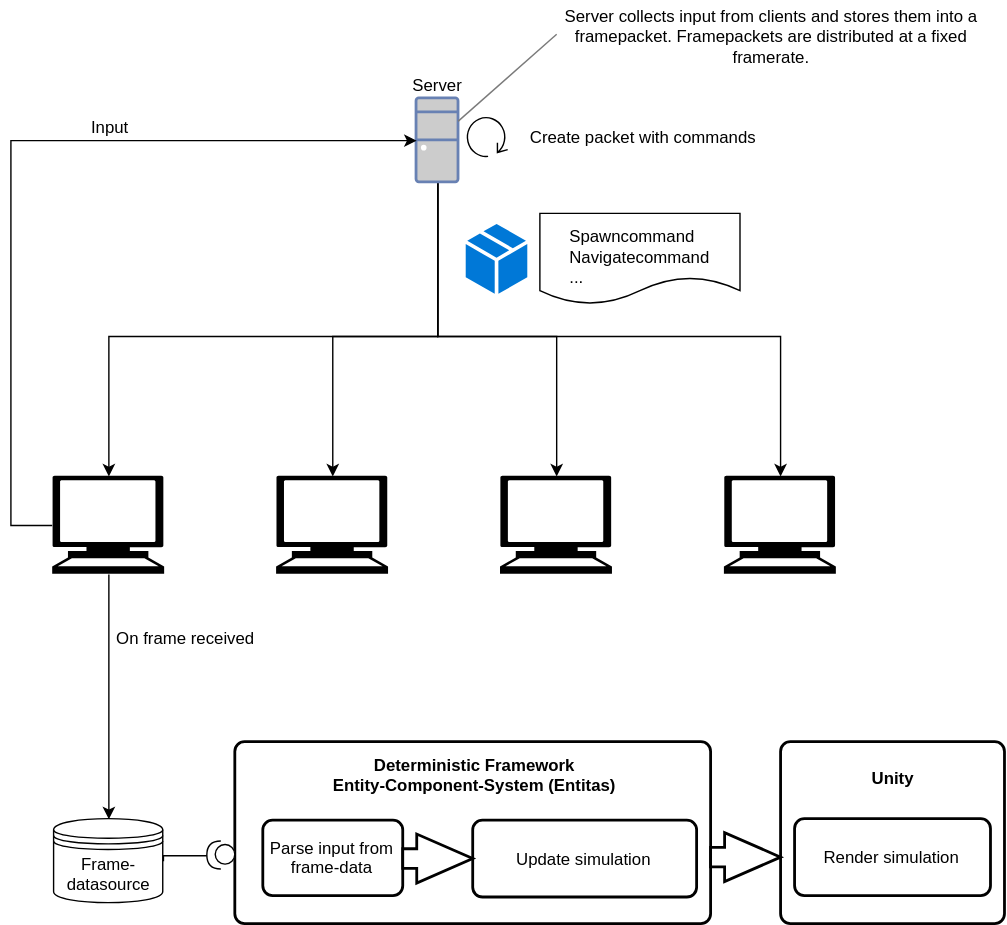
Above: Docs/Overview.svg in proepkes/UnityLockstep (draw.io), before the change. Source tidied: cells renumbered, new cells last; positions are measured from the earlier drawing's top-left corner, leaving out a move shared by most shapes.
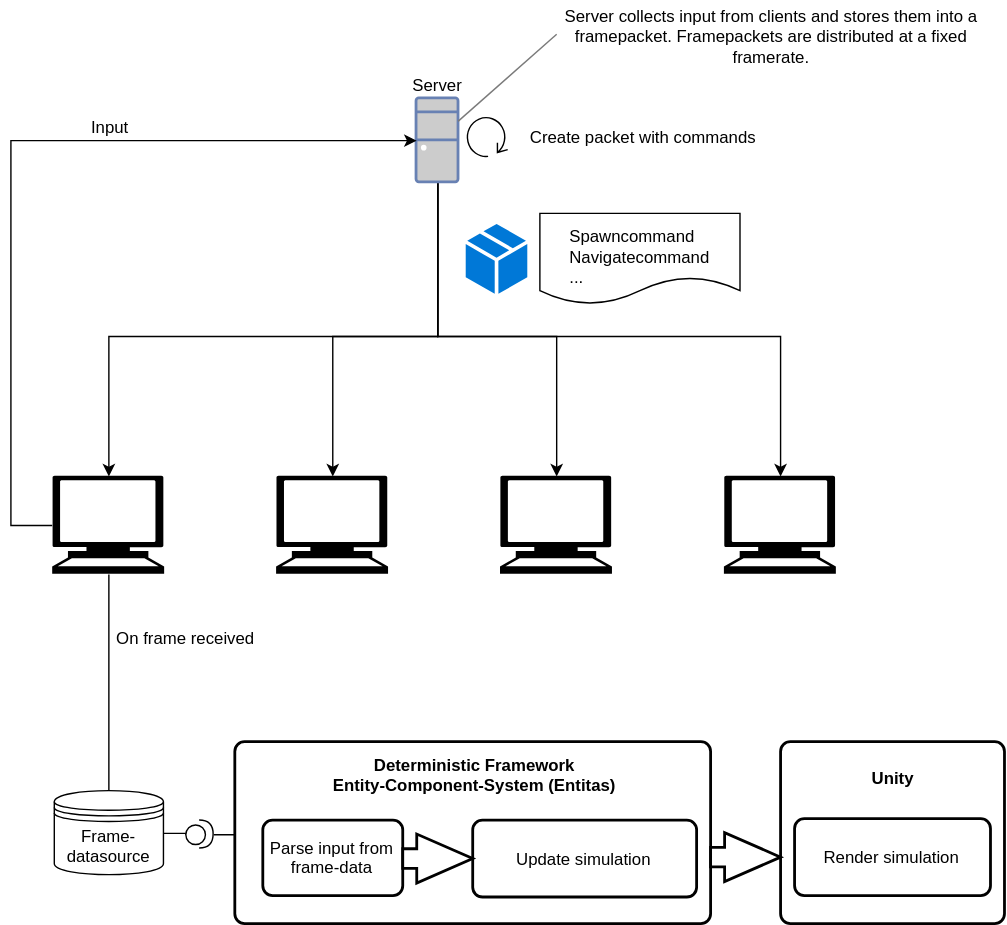
Above is the later version.

What changed in the source:
```diff
@@ -109,12 +109,6 @@
         </Array>
       </mxGeometry>
     </mxCell>
-    <mxCell id="28" style="edgeStyle=orthogonalEdgeStyle;rounded=0;html=1;exitX=1;exitY=0.5;exitDx=0;exitDy=0;exitPerimeter=0;entryX=1;entryY=0.5;entryDx=0;entryDy=0;endArrow=none;endFill=0;jettySize=auto;" parent="1" edge="1" source="29" target="33">
-      <mxGeometry relative="1" as="geometry" />
-    </mxCell>
-    <mxCell id="29" style="shape=providedRequiredInterface;html=1;verticalLabelPosition=bottom;rotation=180;" parent="1" vertex="1">
-      <mxGeometry x="140" y="600.5" width="20" height="20" as="geometry" />
-    </mxCell>
     <mxCell id="30" style="endArrow=none;html=1;strokeColor=#7A7A7A;" parent="1" edge="1" source="6">
       <mxGeometry relative="1" as="geometry">
         <mxPoint x="390" y="24" as="targetPoint" />
@@ -126,8 +120,17 @@
     <mxCell id="32" style="shadow=0;dashed=0;html=1;strokeColor=none;labelPosition=center;verticalLabelPosition=bottom;verticalAlign=top;align=center;shape=mxgraph.mscae.cloud.service_package;fillColor=#0078D7;" parent="1" vertex="1">
       <mxGeometry x="325" y="159.5" width="44" height="50" as="geometry" />
     </mxCell>
+    <mxCell id="34" style="edgeStyle=orthogonalEdgeStyle;rounded=0;html=1;exitX=1;exitY=0.5;exitDx=0;exitDy=0;entryX=0;entryY=0.5;entryDx=0;entryDy=0;entryPerimeter=0;endArrow=none;endFill=0;jettySize=auto;" parent="1" edge="1" source="33" target="36">
+      <mxGeometry relative="1" as="geometry" />
+    </mxCell>
     <mxCell id="33" value="Frame-&lt;br&gt;datasource&lt;br&gt;" style="shape=datastore;whiteSpace=wrap;html=1;" parent="1" vertex="1">
-      <mxGeometry x="30.5" y="584.5" width="78" height="60" as="geometry" />
+      <mxGeometry x="31" y="564.5" width="78" height="60" as="geometry" />
     </mxCell>
+    <mxCell id="35" style="edgeStyle=orthogonalEdgeStyle;rounded=0;html=1;entryX=0;entryY=0.5;entryDx=0;entryDy=0;endArrow=none;endFill=0;jettySize=auto;exitX=1;exitY=0.5;exitDx=0;exitDy=0;exitPerimeter=0;" parent="1" edge="1" source="36" target="16">
+      <mxGeometry relative="1" as="geometry" />
+    </mxCell>
+    <mxCell id="36" style="shape=providedRequiredInterface;html=1;verticalLabelPosition=bottom;" parent="1" vertex="1">
+      <mxGeometry x="124.5" y="585.5" width="20" height="20" as="geometry" />
+    </mxCell>
   </root>
 </mxGraphModel>
```
